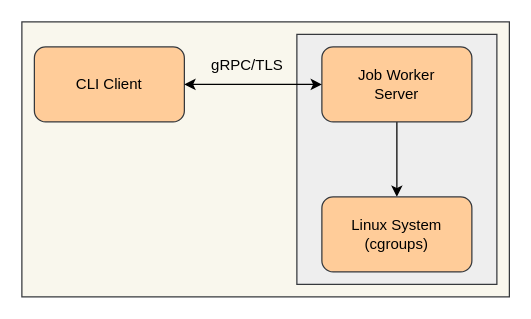
Earlier version of the draw.io diagram page "High Level" (1 of 5) of docs/job-worker.drawio (ehsaniara/job-worker). Source tidied: cells renumbered, new cells numbered last; positions are measured from the earlier drawing's top-left corner, leaving out a move shared by most shapes. Both pictures are drawn from the tidied source at 125%, with x=0, y=0 at pixel (21, 21).
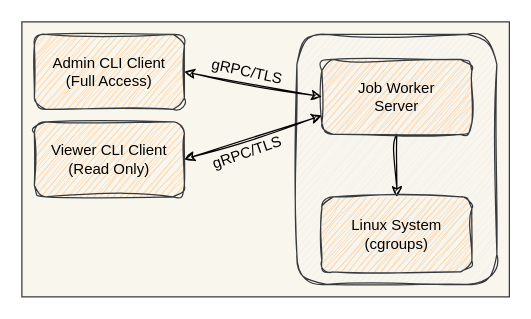
Above is the later version.

The edit, as a diff of the source:
```diff
@@
 <mxGraphModel>
   <root>
     <mxCell id="0" />
     <mxCell id="1" parent="0" />
     <mxCell id="2" style="rounded=0;whiteSpace=wrap;html=1;fillColor=#f9f7ed;strokeColor=#36393d;fontColor=#000000;" parent="1" vertex="1">
       <mxGeometry width="390" height="220" as="geometry" />
     </mxCell>
-    <mxCell id="3" style="rounded=0;whiteSpace=wrap;html=1;fillColor=#eeeeee;strokeColor=#36393d;fontColor=#000000;" parent="1" vertex="1">
+    <mxCell id="3" style="rounded=1;whiteSpace=wrap;html=1;fillColor=#eeeeee;strokeColor=#36393d;fontColor=#000000;glass=0;sketch=1;curveFitting=1;jiggle=2;shadow=0;" parent="1" vertex="1">
       <mxGeometry x="220" y="10" width="160" height="200" as="geometry" />
     </mxCell>
-    <mxCell id="4" value="CLI Client" style="rounded=1;whiteSpace=wrap;html=1;fillColor=#ffcc99;strokeColor=#36393d;fontColor=#000000;" parent="1" vertex="1">
-      <mxGeometry x="10" y="20" width="120" height="60" as="geometry" />
+    <mxCell id="4" value="&lt;font style=&quot;color: rgb(0, 0, 0);&quot;&gt;Admin CLI Client&lt;/font&gt;&lt;div&gt;&lt;font style=&quot;color: rgb(0, 0, 0);&quot;&gt;(Full Access)&lt;/font&gt;&lt;/div&gt;" style="rounded=1;whiteSpace=wrap;html=1;fillColor=#ffcc99;strokeColor=#36393d;fontColor=#000000;sketch=1;curveFitting=1;jiggle=2;" parent="1" vertex="1">
+      <mxGeometry x="10" y="10" width="120" height="60" as="geometry" />
     </mxCell>
-    <mxCell id="5" style="edgeStyle=orthogonalEdgeStyle;rounded=0;jettySize=auto;html=1;fontColor=#000000;strokeColor=#000000;" parent="1" edge="1" source="6" target="7">
+    <mxCell id="5" style="edgeStyle=orthogonalEdgeStyle;rounded=0;jettySize=auto;html=1;fontColor=#000000;strokeColor=#000000;shadow=0;sketch=1;curveFitting=1;jiggle=2;" parent="1" edge="1" source="6" target="7">
       <mxGeometry relative="1" as="geometry" />
     </mxCell>
-    <mxCell id="6" value="Job Worker&lt;div&gt;Server&lt;/div&gt;" style="rounded=1;whiteSpace=wrap;html=1;fillColor=#ffcc99;strokeColor=#36393d;fontColor=#000000;" parent="1" vertex="1">
-      <mxGeometry x="240" y="20" width="120" height="60" as="geometry" />
+    <mxCell id="6" value="Job Worker&lt;div&gt;Server&lt;/div&gt;" style="rounded=1;whiteSpace=wrap;html=1;fillColor=#ffcc99;strokeColor=#36393d;fontColor=#000000;sketch=1;curveFitting=1;jiggle=2;" parent="1" vertex="1">
+      <mxGeometry x="240" y="30" width="120" height="60" as="geometry" />
     </mxCell>
-    <mxCell id="7" value="Linux System&lt;div&gt;(cgroups)&lt;/div&gt;" style="rounded=1;whiteSpace=wrap;html=1;fillColor=#ffcc99;strokeColor=#36393d;fontColor=#000000;" parent="1" vertex="1">
+    <mxCell id="7" value="Linux System&lt;div&gt;(cgroups)&lt;/div&gt;" style="rounded=1;whiteSpace=wrap;html=1;fillColor=#ffcc99;strokeColor=#36393d;fontColor=#000000;sketch=1;curveFitting=1;jiggle=2;" parent="1" vertex="1">
       <mxGeometry x="240" y="140" width="120" height="60" as="geometry" />
     </mxCell>
-    <mxCell id="8" style="endArrow=classic;startArrow=classic;html=1;rounded=0;exitX=1;exitY=0.5;exitDx=0;exitDy=0;entryX=0;entryY=0.5;entryDx=0;entryDy=0;strokeColor=#000000;" parent="1" edge="1" source="4" target="6">
+    <mxCell id="8" style="endArrow=classic;startArrow=classic;html=1;rounded=0;exitX=1;exitY=0.5;exitDx=0;exitDy=0;entryX=0;entryY=0.5;entryDx=0;entryDy=0;strokeColor=#000000;shadow=0;sketch=1;curveFitting=1;jiggle=2;" parent="1" edge="1" source="4" target="6">
       <mxGeometry relative="1" as="geometry" />
     </mxCell>
-    <mxCell id="9" value="gRPC/TLS" style="text;html=1;align=center;verticalAlign=middle;strokeColor=none;fillColor=none;fontColor=#000000;" parent="1" vertex="1">
-      <mxGeometry x="140" y="20" width="80" height="30" as="geometry" />
+    <mxCell id="9" value="gRPC/TLS" style="text;html=1;align=center;verticalAlign=middle;strokeColor=none;fillColor=none;fontColor=#000000;rotation=12;" parent="1" vertex="1">
+      <mxGeometry x="140" y="25" width="80" height="30" as="geometry" />
     </mxCell>
+    <mxCell id="10" value="&lt;font style=&quot;color: rgb(0, 0, 0);&quot;&gt;Viewer CLI Client&lt;/font&gt;&lt;div&gt;&lt;font style=&quot;color: rgb(0, 0, 0);&quot;&gt;(Read Only)&lt;/font&gt;&lt;/div&gt;" style="rounded=1;whiteSpace=wrap;html=1;fillColor=#ffcc99;strokeColor=#36393d;fontColor=#000000;sketch=1;curveFitting=1;jiggle=2;" parent="1" vertex="1">
+      <mxGeometry x="10" y="80" width="120" height="60" as="geometry" />
+    </mxCell>
+    <mxCell id="11" value="gRPC/TLS" style="text;html=1;align=center;verticalAlign=middle;strokeColor=none;fillColor=none;fontColor=#000000;rotation=-19;" parent="1" vertex="1">
+      <mxGeometry x="140" y="90" width="80" height="30" as="geometry" />
+    </mxCell>
+    <mxCell id="12" style="endArrow=classic;startArrow=classic;html=1;rounded=0;exitX=1;exitY=0.5;exitDx=0;exitDy=0;entryX=0;entryY=0.75;entryDx=0;entryDy=0;strokeColor=#000000;shadow=0;sketch=1;curveFitting=1;jiggle=2;" parent="1" edge="1" source="10" target="6">
+      <mxGeometry relative="1" as="geometry" />
+    </mxCell>
   </root>
 </mxGraphModel>
```
